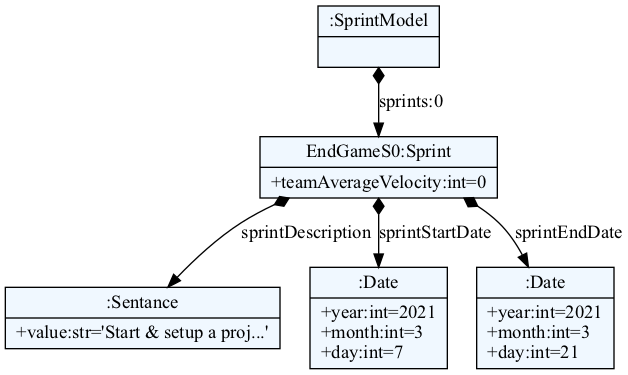
Above: examples/sprintOne.dot.png in vlaksi/JSZD-Proj (Graphviz), before the change. Its source is kept beside it as examples/sprintOne.dot.
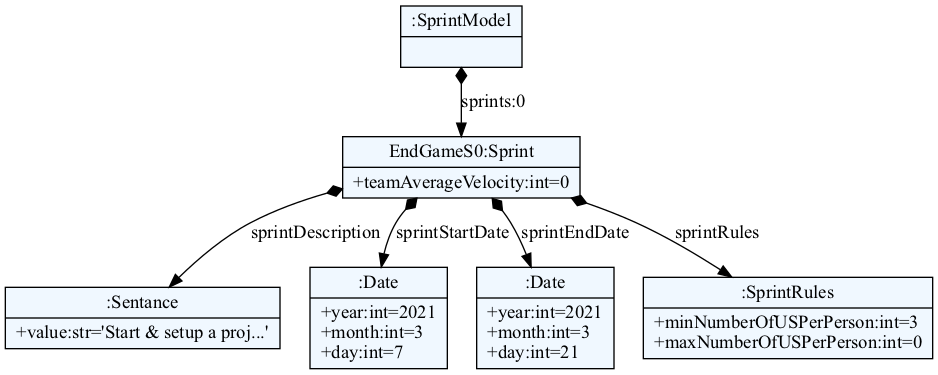
The same file after the commit.

Commit message:
test[grammar]: tried sprint rules

Change to the diagram source:
```diff
@@ -10,14 +10,16 @@
     edge[dir=black,arrowtail=empty]
 
 
-4319065616 -> 4319066048 [label="sprints:0" arrowtail=diamond dir=both]
-4319066048 -> 4319066144 [label="sprintDescription" arrowtail=diamond dir=both]
-4319066144[label="{:Sentance|+value:str='Start & setup a proj...'\l}"]
-4319066048 -> 4319066240 [label="sprintStartDate" arrowtail=diamond dir=both]
-4319066240[label="{:Date|+year:int=2021\l+month:int=3\l+day:int=7\l}"]
-4319066048 -> 4319066288 [label="sprintEndDate" arrowtail=diamond dir=both]
-4319066288[label="{:Date|+year:int=2021\l+month:int=3\l+day:int=21\l}"]
-4319066048[label="{EndGameS0:Sprint|+teamAverageVelocity:int=0\l}"]
-4319065616[label="{:SprintModel|}"]
+4392854912 -> 4392855968 [label="sprints:0" arrowtail=diamond dir=both]
+4392855968 -> 4392856064 [label="sprintDescription" arrowtail=diamond dir=both]
+4392856064[label="{:Sentance|+value:str='Start & setup a proj...'\l}"]
+4392855968 -> 4392856160 [label="sprintStartDate" arrowtail=diamond dir=both]
+4392856160[label="{:Date|+year:int=2021\l+month:int=3\l+day:int=7\l}"]
+4392855968 -> 4392856208 [label="sprintEndDate" arrowtail=diamond dir=both]
+4392856208[label="{:Date|+year:int=2021\l+month:int=3\l+day:int=21\l}"]
+4392855968 -> 4392856256 [label="sprintRules" arrowtail=diamond dir=both]
+4392856256[label="{:SprintRules|+minNumberOfUSPerPerson:int=3\l+maxNumberOfUSPerPerson:int=0\l}"]
+4392855968[label="{EndGameS0:Sprint|+teamAverageVelocity:int=0\l}"]
+4392854912[label="{:SprintModel|}"]
 
 }
```
